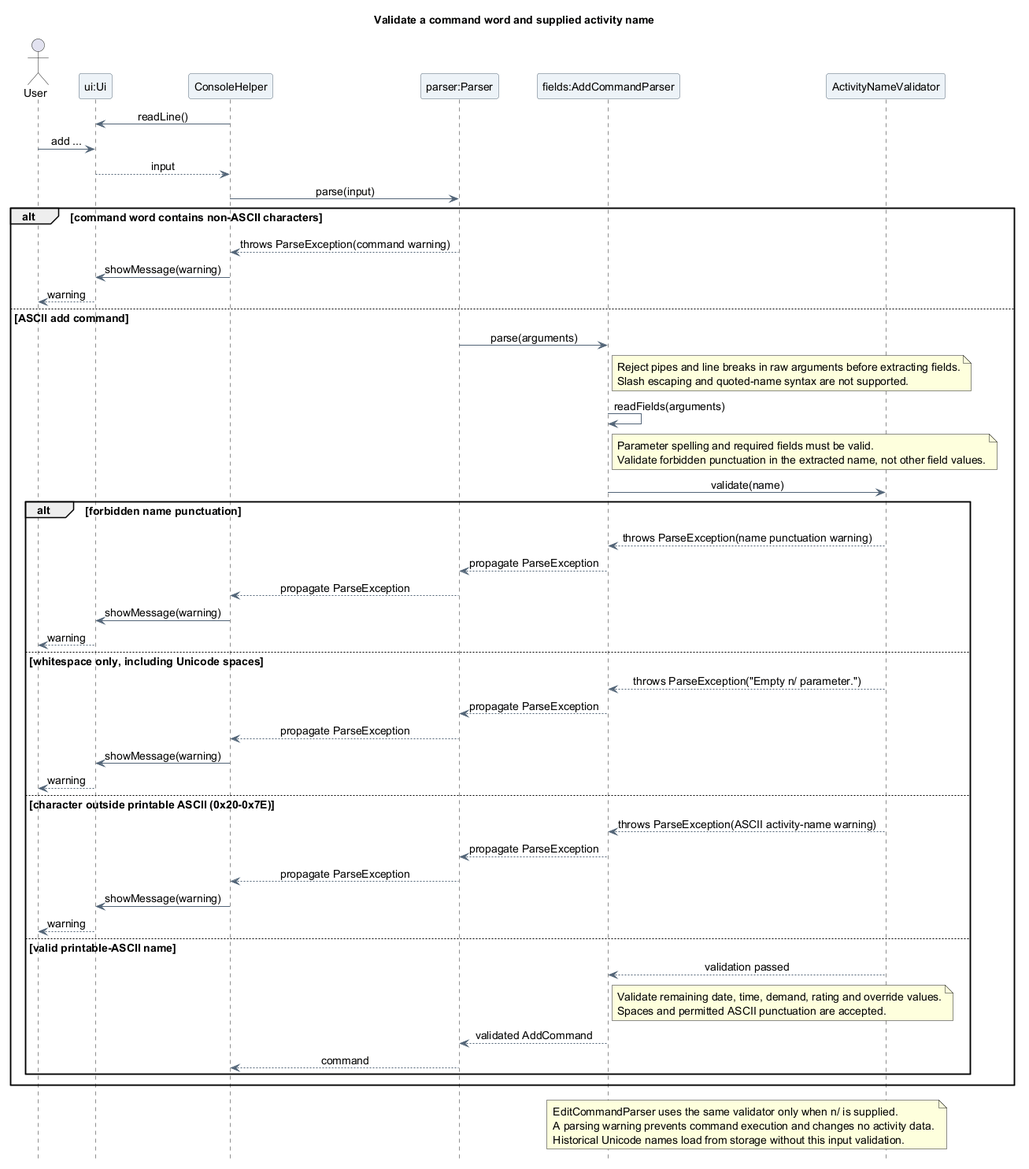
AY2627S1-CS2113-T10-4/tp keeps this PlantUML diagram as docs/images/luke/sequence/ActivityNameValidationSequence.png. Above is the earlier version.
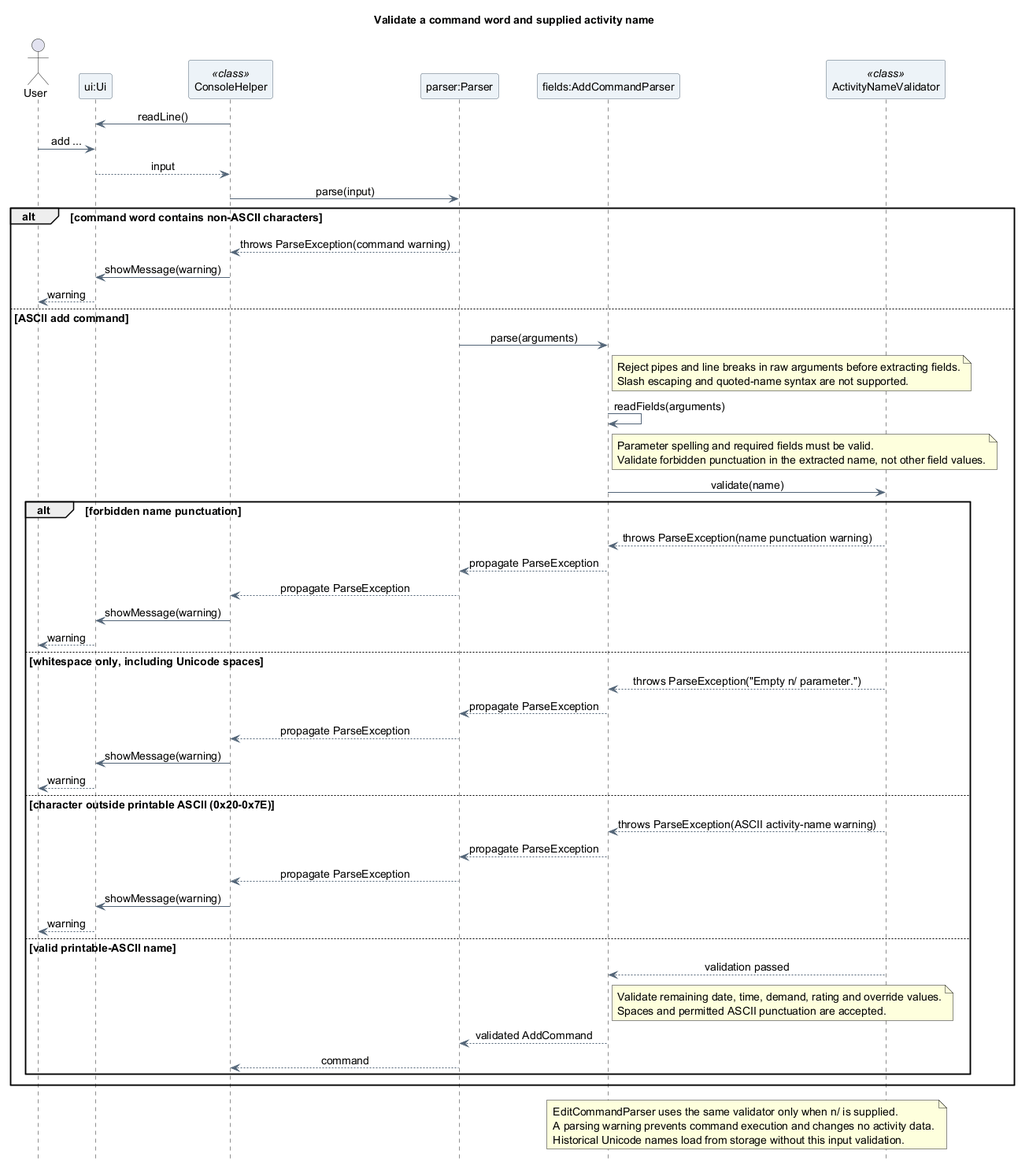
The same diagram one commit later.

Change to the diagram source:
```diff
@@ -12,10 +12,10 @@
 
 actor "User" as User
 participant "ui:Ui" as UI
-participant ConsoleHelper as Console
+participant "ConsoleHelper" as Console <<class>>
 participant "parser:Parser" as Parser
 participant "fields:AddCommandParser" as Fields
-participant ActivityNameValidator as Validator
+participant "ActivityNameValidator" as Validator <<class>>
 
 Console -> UI : readLine()
 User -> UI : add ...
```
